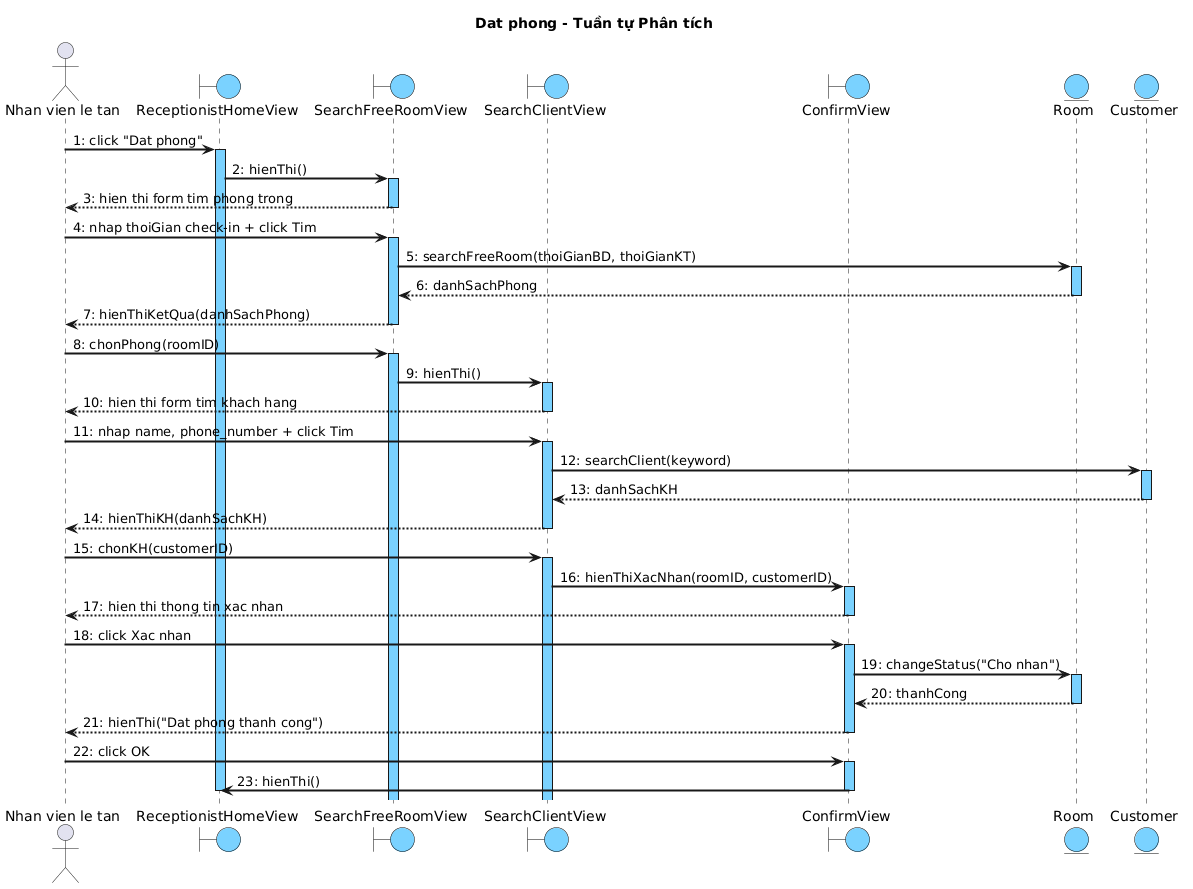
Before: output/diagrams/booking_aseq_datphong.png, a diagram exported from PlantUML (thanhtrnnn/cnpm).
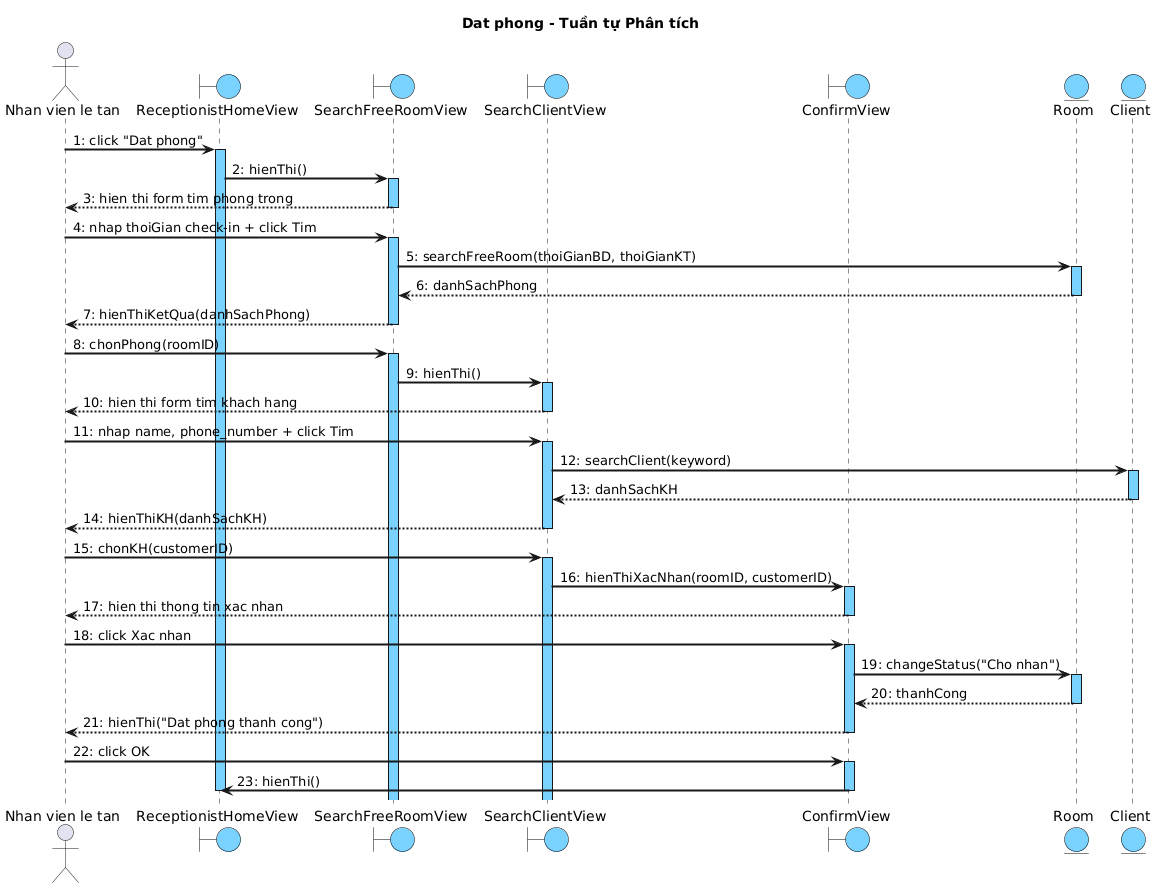
Later version of the same file.

Change to the diagram source:
```diff
@@ -18,7 +18,7 @@
 boundary "SearchClientView" as SCF
 boundary "ConfirmView" as CV
 entity "Room" as Room
-entity "Customer" as Cust
+entity "Client" as Cust
 
 NV -> Home : 1: click "Dat phong"
 activate Home
```
